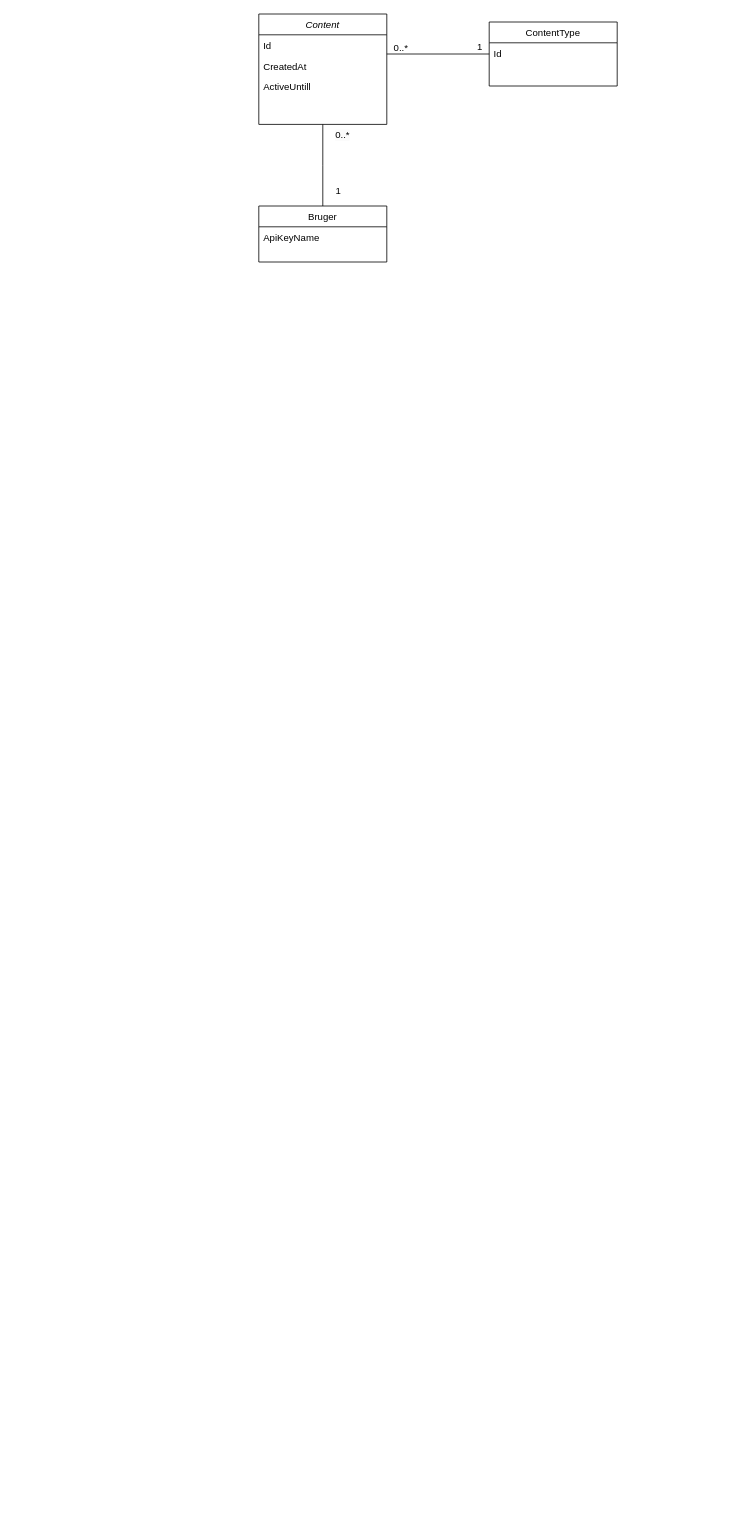
ErikMogensenDK/hello_world keeps this draw.io diagram as Unavngivet diagram.drawio. Above is the earlier version. Source tidied: cells renumbered, new cells numbered last; positions are measured from the earlier drawing's top-left corner, leaving out a move shared by most shapes. Both pictures are drawn from the tidied source at 80%, with x=0, y=0 at pixel (258, 14).
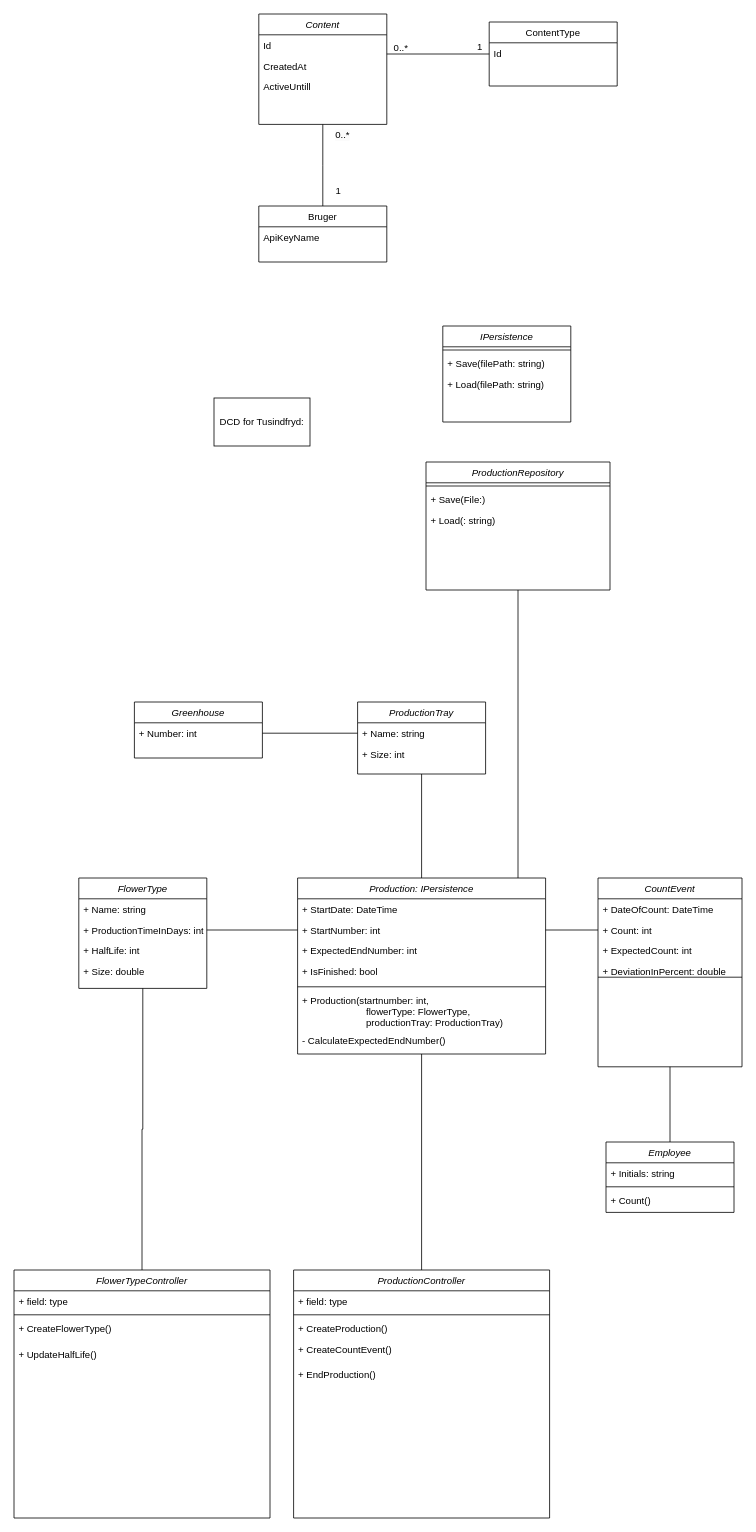
After the change.

The edit, as a diff of the source:
```diff
@@
+    <mxCell id="16" value="Greenhouse" style="swimlane;fontStyle=2;align=center;verticalAlign=top;horizontal=1;startSize=26;rounded=0;shadow=0;strokeWidth=1;" parent="1" vertex="1">
+      <mxGeometry x="-155.5" y="860" width="160" height="70" as="geometry" />
+    </mxCell>
+    <mxCell id="17" value="+ Number: int" style="text;align=left;verticalAlign=top;spacingLeft=4;spacingRight=4;overflow=hidden;points=[[0,0.5],[1,0.5]];portConstraint=eastwest;" parent="16" vertex="1">
+      <mxGeometry y="26" width="160" height="26" as="geometry" />
+    </mxCell>
+    <mxCell id="18" value="DCD for Tusindfryd:" style="rounded=0;whiteSpace=wrap;html=1;" parent="1" vertex="1">
+      <mxGeometry x="-56" y="480" width="120" height="60" as="geometry" />
+    </mxCell>
+    <mxCell id="19" style="edgeStyle=orthogonalEdgeStyle;rounded=0;jettySize=auto;html=1;exitX=0.5;exitY=1;exitDx=0;exitDy=0;entryX=0.5;entryY=0;entryDx=0;entryDy=0;endArrow=none;endFill=0;" parent="1" edge="1" source="20" target="23">
+      <mxGeometry relative="1" as="geometry" />
+    </mxCell>
+    <mxCell id="20" value="ProductionTray" style="swimlane;fontStyle=2;align=center;verticalAlign=top;horizontal=1;startSize=26;rounded=0;shadow=0;strokeWidth=1;" parent="1" vertex="1">
+      <mxGeometry x="123.5" y="860" width="160" height="90" as="geometry" />
+    </mxCell>
+    <mxCell id="21" value="+ Name: string" style="text;align=left;verticalAlign=top;spacingLeft=4;spacingRight=4;overflow=hidden;points=[[0,0.5],[1,0.5]];portConstraint=eastwest;" parent="20" vertex="1">
+      <mxGeometry y="26" width="160" height="26" as="geometry" />
+    </mxCell>
+    <mxCell id="22" value="+ Size: int" style="text;align=left;verticalAlign=top;spacingLeft=4;spacingRight=4;overflow=hidden;" parent="20" vertex="1">
+      <mxGeometry y="52" width="160" height="26" as="geometry" />
+    </mxCell>
+    <mxCell id="23" value="Production: IPersistence" style="swimlane;fontStyle=2;align=center;verticalAlign=top;horizontal=1;startSize=26;rounded=0;shadow=0;strokeWidth=1;" parent="1" vertex="1">
+      <mxGeometry x="48.5" y="1080" width="310" height="220" as="geometry" />
+    </mxCell>
+    <mxCell id="24" value="+ StartDate: DateTime" style="text;align=left;verticalAlign=top;spacingLeft=4;spacingRight=4;overflow=hidden;" parent="23" vertex="1">
+      <mxGeometry y="26" width="310" height="26" as="geometry" />
+    </mxCell>
+    <mxCell id="25" value="+ StartNumber: int" style="text;align=left;verticalAlign=top;spacingLeft=4;spacingRight=4;overflow=hidden;points=[[0,0.5],[1,0.5]];portConstraint=eastwest;" parent="23" vertex="1">
+      <mxGeometry y="52" width="310" height="26" as="geometry" />
+    </mxCell>
+    <mxCell id="26" value="+ ExpectedEndNumber: int" style="text;align=left;verticalAlign=top;spacingLeft=4;spacingRight=4;overflow=hidden;" parent="23" vertex="1">
+      <mxGeometry y="78" width="310" height="26" as="geometry" />
+    </mxCell>
+    <mxCell id="27" value="+ IsFinished: bool" style="text;align=left;verticalAlign=top;spacingLeft=4;spacingRight=4;overflow=hidden;" parent="23" vertex="1">
+      <mxGeometry y="104" width="310" height="28" as="geometry" />
+    </mxCell>
+    <mxCell id="28" style="line;strokeWidth=1;fillColor=none;align=left;verticalAlign=middle;spacingTop=-1;spacingLeft=3;spacingRight=3;labelPosition=right;strokeColor=inherit;" parent="23" vertex="1">
+      <mxGeometry y="132" width="310" height="8" as="geometry" />
+    </mxCell>
+    <mxCell id="29" value="+ Production(startnumber: int, &#10;                        flowerType: FlowerType,&#10;                        productionTray: ProductionTray)&#10;&#10;" style="text;align=left;verticalAlign=top;spacingLeft=4;spacingRight=4;overflow=hidden;" parent="23" vertex="1">
+      <mxGeometry y="140" width="310" height="50" as="geometry" />
+    </mxCell>
+    <mxCell id="30" value="- CalculateExpectedEndNumber()&#10;" style="text;align=left;verticalAlign=top;spacingLeft=4;spacingRight=4;overflow=hidden;" parent="23" vertex="1">
+      <mxGeometry y="190" width="310" height="30" as="geometry" />
+    </mxCell>
+    <mxCell id="31" style="edgeStyle=orthogonalEdgeStyle;rounded=0;jettySize=auto;html=1;exitX=0.5;exitY=1;exitDx=0;exitDy=0;entryX=0.5;entryY=0;entryDx=0;entryDy=0;endArrow=none;endFill=0;" parent="1" edge="1" source="32" target="38">
+      <mxGeometry relative="1" as="geometry" />
+    </mxCell>
+    <mxCell id="32" value="CountEvent" style="swimlane;fontStyle=2;align=center;verticalAlign=top;horizontal=1;startSize=26;rounded=0;shadow=0;strokeWidth=1;" parent="1" vertex="1">
+      <mxGeometry x="424" y="1080" width="180" height="236" as="geometry" />
+    </mxCell>
+    <mxCell id="33" value="+ DateOfCount: DateTime" style="text;align=left;verticalAlign=top;spacingLeft=4;spacingRight=4;overflow=hidden;" parent="32" vertex="1">
+      <mxGeometry y="26" width="180" height="26" as="geometry" />
+    </mxCell>
+    <mxCell id="34" value="+ Count: int" style="text;align=left;verticalAlign=top;spacingLeft=4;spacingRight=4;overflow=hidden;points=[[0,0.5],[1,0.5]];portConstraint=eastwest;" parent="32" vertex="1">
+      <mxGeometry y="52" width="180" height="26" as="geometry" />
+    </mxCell>
+    <mxCell id="35" value="+ ExpectedCount: int" style="text;align=left;verticalAlign=top;spacingLeft=4;spacingRight=4;overflow=hidden;" parent="32" vertex="1">
+      <mxGeometry y="78" width="180" height="26" as="geometry" />
+    </mxCell>
+    <mxCell id="36" value="+ DeviationInPercent: double" style="text;align=left;verticalAlign=top;spacingLeft=4;spacingRight=4;overflow=hidden;" parent="32" vertex="1">
+      <mxGeometry y="104" width="180" height="16" as="geometry" />
+    </mxCell>
+    <mxCell id="37" style="line;strokeWidth=1;fillColor=none;align=left;verticalAlign=middle;spacingTop=-1;spacingLeft=3;spacingRight=3;labelPosition=right;strokeColor=inherit;" parent="32" vertex="1">
+      <mxGeometry y="120" width="180" height="8" as="geometry" />
+    </mxCell>
+    <mxCell id="38" value="Employee" style="swimlane;fontStyle=2;align=center;verticalAlign=top;horizontal=1;startSize=26;rounded=0;shadow=0;strokeWidth=1;" parent="1" vertex="1">
+      <mxGeometry x="434" y="1410" width="160" height="88" as="geometry" />
+    </mxCell>
+    <mxCell id="39" value="+ Initials: string" style="text;align=left;verticalAlign=top;spacingLeft=4;spacingRight=4;overflow=hidden;" parent="38" vertex="1">
+      <mxGeometry y="26" width="160" height="26" as="geometry" />
+    </mxCell>
+    <mxCell id="40" style="line;strokeWidth=1;fillColor=none;align=left;verticalAlign=middle;spacingTop=-1;spacingLeft=3;spacingRight=3;labelPosition=right;strokeColor=inherit;" parent="38" vertex="1">
+      <mxGeometry y="52" width="160" height="8" as="geometry" />
+    </mxCell>
+    <mxCell id="41" value="+ Count()" style="text;align=left;verticalAlign=top;spacingLeft=4;spacingRight=4;overflow=hidden;" parent="38" vertex="1">
+      <mxGeometry y="60" width="160" height="28" as="geometry" />
+    </mxCell>
+    <mxCell id="42" value="FlowerType" style="swimlane;fontStyle=2;align=center;verticalAlign=top;horizontal=1;startSize=26;rounded=0;shadow=0;strokeWidth=1;" parent="1" vertex="1">
+      <mxGeometry x="-225" y="1080" width="160" height="138" as="geometry" />
+    </mxCell>
+    <mxCell id="43" value="+ Name: string" style="text;align=left;verticalAlign=top;spacingLeft=4;spacingRight=4;overflow=hidden;" parent="42" vertex="1">
+      <mxGeometry y="26" width="160" height="26" as="geometry" />
+    </mxCell>
+    <mxCell id="44" value="+ ProductionTimeInDays: int" style="text;align=left;verticalAlign=top;spacingLeft=4;spacingRight=4;overflow=hidden;points=[[0,0.5],[1,0.5]];portConstraint=eastwest;" parent="42" vertex="1">
+      <mxGeometry y="52" width="160" height="26" as="geometry" />
+    </mxCell>
+    <mxCell id="45" value="+ HalfLife: int" style="text;align=left;verticalAlign=top;spacingLeft=4;spacingRight=4;overflow=hidden;" parent="42" vertex="1">
+      <mxGeometry y="78" width="160" height="26" as="geometry" />
+    </mxCell>
+    <mxCell id="46" value="+ Size: double" style="text;align=left;verticalAlign=top;spacingLeft=4;spacingRight=4;overflow=hidden;" parent="42" vertex="1">
+      <mxGeometry y="104" width="160" height="26" as="geometry" />
+    </mxCell>
+    <mxCell id="47" style="edgeStyle=orthogonalEdgeStyle;rounded=0;jettySize=auto;html=1;entryX=0;entryY=0.5;entryDx=0;entryDy=0;endArrow=none;endFill=0;" parent="1" edge="1" source="17" target="21">
+      <mxGeometry relative="1" as="geometry" />
+    </mxCell>
+    <mxCell id="48" style="edgeStyle=orthogonalEdgeStyle;rounded=0;jettySize=auto;html=1;exitX=1;exitY=0.5;exitDx=0;exitDy=0;entryX=0;entryY=0.5;entryDx=0;entryDy=0;endArrow=none;endFill=0;" parent="1" edge="1" source="44" target="25">
+      <mxGeometry relative="1" as="geometry" />
+    </mxCell>
+    <mxCell id="49" style="edgeStyle=orthogonalEdgeStyle;rounded=0;jettySize=auto;html=1;exitX=1;exitY=0.5;exitDx=0;exitDy=0;entryX=0;entryY=0.5;entryDx=0;entryDy=0;endArrow=none;endFill=0;" parent="1" edge="1" source="25" target="34">
+      <mxGeometry relative="1" as="geometry" />
+    </mxCell>
+    <mxCell id="50" value="ProductionController" style="swimlane;fontStyle=2;align=center;verticalAlign=top;horizontal=1;startSize=26;rounded=0;shadow=0;strokeWidth=1;" parent="1" vertex="1">
+      <mxGeometry x="43.5" y="1570" width="320" height="310" as="geometry" />
+    </mxCell>
+    <mxCell id="51" value="+ field: type" style="text;align=left;verticalAlign=top;spacingLeft=4;spacingRight=4;overflow=hidden;" parent="50" vertex="1">
+      <mxGeometry y="26" width="320" height="26" as="geometry" />
+    </mxCell>
+    <mxCell id="52" style="line;strokeWidth=1;fillColor=none;align=left;verticalAlign=middle;spacingTop=-1;spacingLeft=3;spacingRight=3;labelPosition=right;strokeColor=inherit;" parent="50" vertex="1">
+      <mxGeometry y="52" width="320" height="8" as="geometry" />
+    </mxCell>
+    <mxCell id="53" value="+ CreateProduction()&#10;" style="text;align=left;verticalAlign=top;spacingLeft=4;spacingRight=4;overflow=hidden;" parent="50" vertex="1">
+      <mxGeometry y="60" width="320" height="26" as="geometry" />
+    </mxCell>
+    <mxCell id="54" value="+ CreateCountEvent()" style="text;align=left;verticalAlign=top;spacingLeft=4;spacingRight=4;overflow=hidden;" parent="50" vertex="1">
+      <mxGeometry y="86" width="320" height="32" as="geometry" />
+    </mxCell>
+    <mxCell id="55" value="+ EndProduction()&#10;" style="text;align=left;verticalAlign=top;spacingLeft=4;spacingRight=4;overflow=hidden;" parent="50" vertex="1">
+      <mxGeometry y="118" width="320" height="26" as="geometry" />
+    </mxCell>
+    <mxCell id="56" style="edgeStyle=orthogonalEdgeStyle;rounded=0;jettySize=auto;html=1;exitX=0.5;exitY=0;exitDx=0;exitDy=0;entryX=0.5;entryY=1;entryDx=0;entryDy=0;endArrow=none;endFill=0;" parent="1" edge="1" source="50" target="23">
+      <mxGeometry relative="1" as="geometry" />
+    </mxCell>
+    <mxCell id="57" value="IPersistence" style="swimlane;fontStyle=2;align=center;verticalAlign=top;horizontal=1;startSize=26;rounded=0;shadow=0;strokeWidth=1;" parent="1" vertex="1">
+      <mxGeometry x="230" y="390" width="160" height="120" as="geometry" />
+    </mxCell>
+    <mxCell id="58" style="line;strokeWidth=1;fillColor=none;align=left;verticalAlign=middle;spacingTop=-1;spacingLeft=3;spacingRight=3;labelPosition=right;strokeColor=inherit;" parent="57" vertex="1">
+      <mxGeometry y="26" width="160" height="8" as="geometry" />
+    </mxCell>
+    <mxCell id="59" value="+ Save(filePath: string)" style="text;align=left;verticalAlign=top;spacingLeft=4;spacingRight=4;overflow=hidden;" parent="57" vertex="1">
+      <mxGeometry y="34" width="160" height="26" as="geometry" />
+    </mxCell>
+    <mxCell id="60" value="+ Load(filePath: string)" style="text;align=left;verticalAlign=top;spacingLeft=4;spacingRight=4;overflow=hidden;" parent="57" vertex="1">
+      <mxGeometry y="60" width="160" height="26" as="geometry" />
+    </mxCell>
+    <mxCell id="61" value="FlowerTypeController" style="swimlane;fontStyle=2;align=center;verticalAlign=top;horizontal=1;startSize=26;rounded=0;shadow=0;strokeWidth=1;" parent="1" vertex="1">
+      <mxGeometry x="-306" y="1570" width="320" height="310" as="geometry" />
+    </mxCell>
+    <mxCell id="62" value="+ field: type" style="text;align=left;verticalAlign=top;spacingLeft=4;spacingRight=4;overflow=hidden;" parent="61" vertex="1">
+      <mxGeometry y="26" width="320" height="26" as="geometry" />
+    </mxCell>
+    <mxCell id="63" style="line;strokeWidth=1;fillColor=none;align=left;verticalAlign=middle;spacingTop=-1;spacingLeft=3;spacingRight=3;labelPosition=right;strokeColor=inherit;" parent="61" vertex="1">
+      <mxGeometry y="52" width="320" height="8" as="geometry" />
+    </mxCell>
+    <mxCell id="64" value="+ CreateFlowerType()" style="text;align=left;verticalAlign=top;spacingLeft=4;spacingRight=4;overflow=hidden;" parent="61" vertex="1">
+      <mxGeometry y="60" width="320" height="32" as="geometry" />
+    </mxCell>
+    <mxCell id="65" value="+ UpdateHalfLife()&#10;" style="text;align=left;verticalAlign=top;spacingLeft=4;spacingRight=4;overflow=hidden;" parent="61" vertex="1">
+      <mxGeometry y="92" width="320" height="26" as="geometry" />
+    </mxCell>
+    <mxCell id="66" style="edgeStyle=orthogonalEdgeStyle;rounded=0;jettySize=auto;html=1;exitX=0.5;exitY=0;exitDx=0;exitDy=0;entryX=0.5;entryY=1;entryDx=0;entryDy=0;endArrow=none;endFill=0;" parent="1" edge="1" source="61" target="42">
+      <mxGeometry relative="1" as="geometry" />
+    </mxCell>
+    <mxCell id="67" style="edgeStyle=orthogonalEdgeStyle;rounded=0;jettySize=auto;html=1;entryX=0.5;entryY=0;entryDx=0;entryDy=0;endArrow=none;endFill=0;exitX=0.5;exitY=1;exitDx=0;exitDy=0;" parent="1" edge="1" source="68">
+      <mxGeometry relative="1" as="geometry">
+        <mxPoint x="324" y="1080" as="targetPoint" />
+      </mxGeometry>
+    </mxCell>
+    <mxCell id="68" value="ProductionRepository" style="swimlane;fontStyle=2;align=center;verticalAlign=top;horizontal=1;startSize=26;rounded=0;shadow=0;strokeWidth=1;" parent="1" vertex="1">
+      <mxGeometry x="209" y="560" width="230" height="160" as="geometry" />
+    </mxCell>
+    <mxCell id="69" style="line;strokeWidth=1;fillColor=none;align=left;verticalAlign=middle;spacingTop=-1;spacingLeft=3;spacingRight=3;labelPosition=right;strokeColor=inherit;" parent="68" vertex="1">
+      <mxGeometry y="26" width="230" height="8" as="geometry" />
+    </mxCell>
+    <mxCell id="70" value="+ Save(File:)" style="text;align=left;verticalAlign=top;spacingLeft=4;spacingRight=4;overflow=hidden;" parent="68" vertex="1">
+      <mxGeometry y="34" width="230" height="26" as="geometry" />
+    </mxCell>
+    <mxCell id="71" value="+ Load(: string)" style="text;align=left;verticalAlign=top;spacingLeft=4;spacingRight=4;overflow=hidden;" parent="68" vertex="1">
+      <mxGeometry y="60" width="230" height="26" as="geometry" />
+    </mxCell>
```
